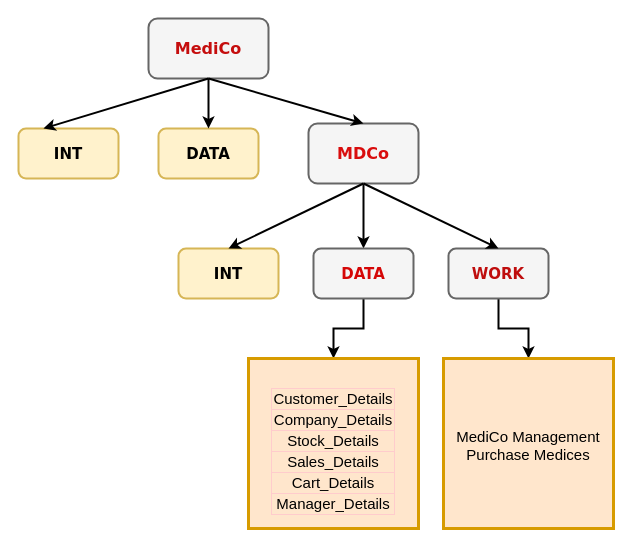
Earlier version of the draw.io diagram prathyusha_pega.drawio (ChanumoluGayathri/System_Design). Source tidied: cells renumbered, new cells numbered last; positions are measured from the earlier drawing's top-left corner, leaving out a move shared by most shapes. Both pictures are drawn from the tidied source at 100%, with x=0, y=0 at pixel (18, 18).
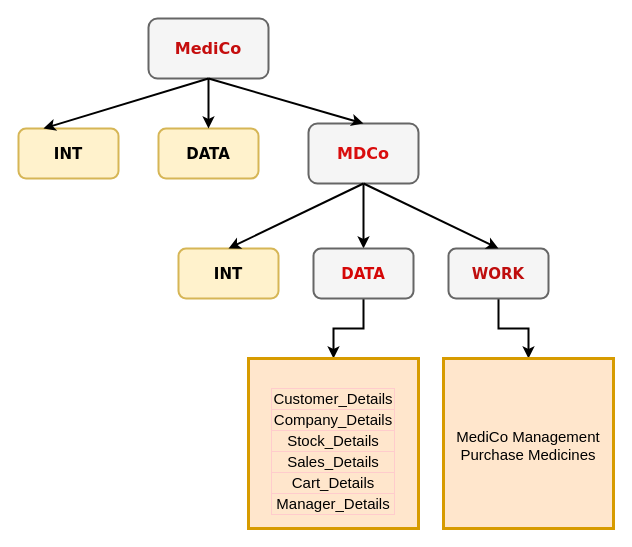
After the change.

Diff of the diagram source:
```diff
@@
 <mxGraphModel>
   <root>
     <mxCell id="0" />
     <mxCell id="1" parent="0" />
     <mxCell id="2" value="&lt;font size=&quot;1&quot; color=&quot;#c50d0d&quot; style=&quot;&quot; face=&quot;Verdana&quot;&gt;&lt;b style=&quot;font-size: 16px;&quot;&gt;MediCo&lt;/b&gt;&lt;/font&gt;" style="rounded=1;whiteSpace=wrap;html=1;hachureGap=4;strokeWidth=2;fillColor=#f5f5f5;fontColor=#333333;strokeColor=#666666;" parent="1" vertex="1">
       <mxGeometry x="130" width="120" height="60" as="geometry" />
     </mxCell>
     <mxCell id="3" value="&lt;font size=&quot;1&quot; face=&quot;Verdana&quot; style=&quot;&quot;&gt;&lt;b style=&quot;font-size: 15px;&quot;&gt;INT&lt;/b&gt;&lt;/font&gt;" style="rounded=1;whiteSpace=wrap;html=1;hachureGap=4;strokeWidth=2;fillColor=#fff2cc;strokeColor=#d6b656;" parent="1" vertex="1">
       <mxGeometry y="110" width="100" height="50" as="geometry" />
     </mxCell>
     <mxCell id="4" style="endArrow=classic;html=1;rounded=0;hachureGap=4;exitX=0.5;exitY=1;exitDx=0;exitDy=0;entryX=0.25;entryY=0;entryDx=0;entryDy=0;strokeWidth=2;endFill=1;" parent="1" edge="1" source="2" target="3">
       <mxGeometry relative="1" as="geometry" />
     </mxCell>
     <mxCell id="5" value="&lt;font size=&quot;1&quot; face=&quot;Verdana&quot;&gt;&lt;b style=&quot;font-size: 15px;&quot;&gt;DATA&lt;/b&gt;&lt;/font&gt;" style="rounded=1;whiteSpace=wrap;html=1;hachureGap=4;strokeWidth=2;fillColor=#fff2cc;strokeColor=#d6b656;" parent="1" vertex="1">
       <mxGeometry x="140" y="110" width="100" height="50" as="geometry" />
     </mxCell>
     <mxCell id="6" style="edgeStyle=orthogonalEdgeStyle;rounded=0;hachureGap=4;jettySize=auto;html=1;endArrow=classic;endFill=1;strokeWidth=2;" parent="1" edge="1" source="7" target="12">
       <mxGeometry relative="1" as="geometry" />
     </mxCell>
     <mxCell id="7" value="&lt;font color=&quot;#d90d0d&quot; face=&quot;Verdana&quot;&gt;&lt;span style=&quot;font-size: 16px;&quot;&gt;&lt;b&gt;MDCo&lt;/b&gt;&lt;/span&gt;&lt;/font&gt;" style="rounded=1;whiteSpace=wrap;html=1;hachureGap=4;strokeWidth=2;fillColor=#f5f5f5;fontColor=#333333;strokeColor=#666666;" parent="1" vertex="1">
       <mxGeometry x="290" y="105" width="110" height="60" as="geometry" />
     </mxCell>
     <mxCell id="8" style="endArrow=classic;html=1;rounded=0;hachureGap=4;exitX=0.5;exitY=1;exitDx=0;exitDy=0;entryX=0.5;entryY=0;entryDx=0;entryDy=0;strokeWidth=2;endFill=1;" parent="1" edge="1" source="2" target="5">
       <mxGeometry relative="1" as="geometry" />
     </mxCell>
     <mxCell id="9" style="endArrow=classic;html=1;rounded=0;hachureGap=4;exitX=0.5;exitY=1;exitDx=0;exitDy=0;entryX=0.5;entryY=0;entryDx=0;entryDy=0;strokeWidth=2;endFill=1;" parent="1" edge="1" source="2" target="7">
       <mxGeometry relative="1" as="geometry" />
     </mxCell>
     <mxCell id="10" value="&lt;font size=&quot;1&quot; face=&quot;Verdana&quot; style=&quot;&quot;&gt;&lt;b style=&quot;font-size: 15px;&quot;&gt;INT&lt;/b&gt;&lt;/font&gt;" style="rounded=1;whiteSpace=wrap;html=1;hachureGap=4;strokeWidth=2;fillColor=#fff2cc;strokeColor=#d6b656;" parent="1" vertex="1">
       <mxGeometry x="160" y="230" width="100" height="50" as="geometry" />
     </mxCell>
     <mxCell id="11" style="edgeStyle=orthogonalEdgeStyle;rounded=0;hachureGap=4;jettySize=auto;html=1;strokeWidth=2;endArrow=classic;endFill=1;" parent="1" edge="1" source="12" target="17">
       <mxGeometry relative="1" as="geometry" />
     </mxCell>
     <mxCell id="12" value="&lt;font size=&quot;1&quot; color=&quot;#d50707&quot; face=&quot;Verdana&quot;&gt;&lt;b style=&quot;font-size: 15px;&quot;&gt;DATA&lt;/b&gt;&lt;/font&gt;" style="rounded=1;whiteSpace=wrap;html=1;hachureGap=4;strokeWidth=2;fillColor=#f5f5f5;fontColor=#333333;strokeColor=#666666;" parent="1" vertex="1">
       <mxGeometry x="295" y="230" width="100" height="50" as="geometry" />
     </mxCell>
     <mxCell id="13" style="edgeStyle=orthogonalEdgeStyle;rounded=0;hachureGap=4;jettySize=auto;html=1;strokeWidth=2;endArrow=classic;endFill=1;" parent="1" edge="1" source="14" target="18">
       <mxGeometry relative="1" as="geometry" />
     </mxCell>
     <mxCell id="14" value="&lt;font size=&quot;1&quot; color=&quot;#bf0d0d&quot; face=&quot;Verdana&quot;&gt;&lt;b style=&quot;font-size: 15px;&quot;&gt;WORK&lt;/b&gt;&lt;/font&gt;" style="rounded=1;whiteSpace=wrap;html=1;hachureGap=4;strokeWidth=2;fillColor=#f5f5f5;fontColor=#333333;strokeColor=#666666;" parent="1" vertex="1">
       <mxGeometry x="430" y="230" width="100" height="50" as="geometry" />
     </mxCell>
     <mxCell id="15" style="endArrow=classic;html=1;rounded=0;hachureGap=4;exitX=0.5;exitY=1;exitDx=0;exitDy=0;entryX=0.5;entryY=0;entryDx=0;entryDy=0;strokeWidth=2;endFill=1;" parent="1" edge="1" source="7" target="10">
       <mxGeometry relative="1" as="geometry" />
     </mxCell>
     <mxCell id="16" style="endArrow=classic;html=1;rounded=0;hachureGap=4;exitX=0.5;exitY=1;exitDx=0;exitDy=0;entryX=0.5;entryY=0;entryDx=0;entryDy=0;endFill=1;strokeWidth=2;" parent="1" edge="1" source="7" target="14">
       <mxGeometry relative="1" as="geometry" />
     </mxCell>
     <mxCell id="17" value="&lt;p style=&quot;line-height: 0%; font-size: 15px;&quot;&gt;&lt;/p&gt;&lt;table align=&quot;right&quot; style=&quot;border: 1px solid rgb(255, 204, 204); border-collapse: collapse; font-size: 15px;&quot; border=&quot;1&quot;&gt;&lt;tbody&gt;&lt;tr&gt;&lt;td&gt;&lt;font style=&quot;font-size: 15px;&quot;&gt;Customer_Details&lt;/font&gt;&lt;/td&gt;&lt;/tr&gt;&lt;tr&gt;&lt;td&gt;&lt;font style=&quot;font-size: 15px;&quot;&gt;Company_Details&lt;/font&gt;&lt;/td&gt;&lt;/tr&gt;&lt;tr&gt;&lt;td&gt;&lt;font style=&quot;font-size: 15px;&quot;&gt;Stock_Details&lt;/font&gt;&lt;/td&gt;&lt;/tr&gt;&lt;tr&gt;&lt;td&gt;&lt;font style=&quot;font-size: 15px;&quot;&gt;Sales_Details&lt;/font&gt;&lt;/td&gt;&lt;/tr&gt;&lt;tr&gt;&lt;td&gt;&lt;font style=&quot;font-size: 15px;&quot;&gt;Cart_Details&lt;/font&gt;&lt;/td&gt;&lt;/tr&gt;&lt;tr&gt;&lt;td&gt;&lt;font style=&quot;font-size: 15px;&quot;&gt;Manager_Details&lt;/font&gt;&lt;/td&gt;&lt;/tr&gt;&lt;/tbody&gt;&lt;/table&gt;&lt;p style=&quot;font-size: 15px;&quot;&gt;&lt;/p&gt;" style="whiteSpace=wrap;html=1;hachureGap=4;strokeWidth=3;fillColor=#ffe6cc;strokeColor=#d79b00;" parent="1" vertex="1">
       <mxGeometry x="230" y="340" width="170" height="170" as="geometry" />
     </mxCell>
-    <mxCell id="18" value="&lt;p style=&quot;line-height: 130%; font-size: 16px;&quot;&gt;&lt;/p&gt;&lt;font style=&quot;font-size: 15px;&quot;&gt;MediCo Management&lt;br&gt;Purchase Medices&lt;/font&gt;&lt;br&gt;&lt;p&gt;&lt;/p&gt;" style="whiteSpace=wrap;html=1;hachureGap=4;strokeWidth=3;fillColor=#ffe6cc;strokeColor=#d79b00;" parent="1" vertex="1">
+    <mxCell id="18" value="&lt;p style=&quot;line-height: 130%; font-size: 16px;&quot;&gt;&lt;/p&gt;&lt;font style=&quot;font-size: 15px;&quot;&gt;MediCo Management&lt;br&gt;Purchase Medicines&lt;/font&gt;&lt;br&gt;&lt;p&gt;&lt;/p&gt;" style="whiteSpace=wrap;html=1;hachureGap=4;strokeWidth=3;fillColor=#ffe6cc;strokeColor=#d79b00;" parent="1" vertex="1">
       <mxGeometry x="425" y="340" width="170" height="170" as="geometry" />
     </mxCell>
   </root>
 </mxGraphModel>
```
